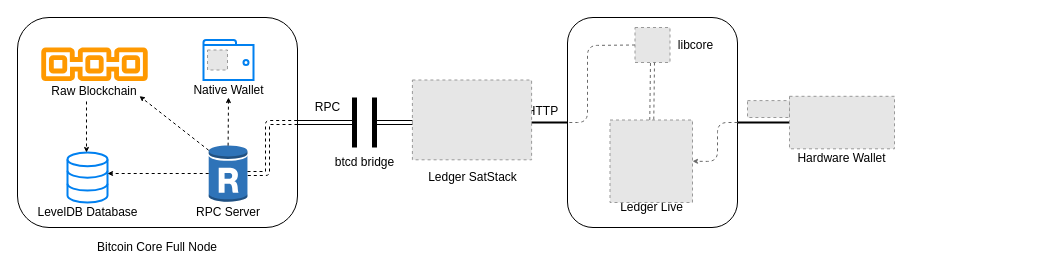
This is share/architecture.drawio from LedgerHQ/satstack, a draw.io file, before an edit. Source tidied: cells renumbered, new cells numbered last; positions are measured from the earlier drawing's top-left corner, leaving out a move shared by most shapes. Both pictures are drawn from the tidied source at 100%, with x=0, y=0 at pixel (17, 17). Pictures stored in the file or linked from it are replaced by grey dashed boxes.
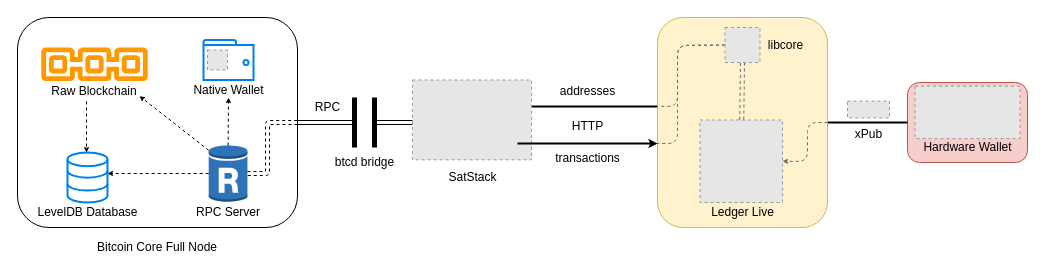
Above is the later version.

Commit message (it also covers changes not shown here):
share: update architecture diagrams

Diff of the diagram source:
```diff
@@
+    <mxCell id="39" style="rounded=1;whiteSpace=wrap;html=1;fillColor=#f8cecc;strokeColor=#b85450;" parent="1" vertex="1">
+      <mxGeometry x="890" y="65" width="120" height="80" as="geometry" />
+    </mxCell>
@@
-    <mxCell id="21" value="Ledger SatStack" style="text;html=1;align=center;verticalAlign=middle;" parent="1" vertex="1">
-      <mxGeometry x="404.5" y="150" width="100" height="20" as="geometry" />
+    <mxCell id="21" value="SatStack" style="text;html=1;align=center;verticalAlign=middle;" parent="1" vertex="1">
+      <mxGeometry x="424.5" y="150" width="60" height="20" as="geometry" />
     </mxCell>
-    <mxCell id="22" style="edgeStyle=none;rounded=0;jettySize=auto;html=1;entryX=1;entryY=0.5;entryDx=0;entryDy=0;startSize=3;endSize=1;strokeWidth=2;exitX=0;exitY=0.5;exitDx=0;exitDy=0;endArrow=classic;endFill=1;" parent="1" edge="1" source="27">
+    <mxCell id="22" style="edgeStyle=none;rounded=0;jettySize=auto;html=1;startSize=3;endSize=1;strokeWidth=2;endArrow=classic;endFill=1;exitX=0;exitY=0.424;exitDx=0;exitDy=0;exitPerimeter=0;" parent="1" edge="1" source="27">
       <mxGeometry relative="1" as="geometry">
-        <mxPoint x="495" y="105" as="targetPoint" />
+        <mxPoint x="500" y="89" as="targetPoint" />
       </mxGeometry>
     </mxCell>
@@
     <mxCell id="24" value="HTTP" style="text;html=1;align=center;verticalAlign=middle;" parent="1" vertex="1">
-      <mxGeometry x="500" y="83.6" width="50" height="20" as="geometry" />
+      <mxGeometry x="545" y="99.4" width="50" height="20" as="geometry" />
     </mxCell>
@@
     <mxCell id="26" style="edgeStyle=none;rounded=0;jettySize=auto;html=1;entryX=1;entryY=0.5;entryDx=0;entryDy=0;startSize=3;endSize=1;strokeWidth=2;endArrow=none;endFill=0;" parent="1" edge="1" target="27">
       <mxGeometry relative="1" as="geometry">
-        <mxPoint x="780" y="105" as="sourcePoint" />
+        <mxPoint x="890" y="105" as="sourcePoint" />
       </mxGeometry>
     </mxCell>
-    <mxCell id="27" style="rounded=1;whiteSpace=wrap;html=1;strokeWidth=1;fillColor=none;" parent="1" vertex="1">
-      <mxGeometry x="550" width="170" height="210" as="geometry" />
+    <mxCell id="27" style="rounded=1;whiteSpace=wrap;html=1;strokeWidth=1;fillColor=#fff2cc;strokeColor=#d6b656;" parent="1" vertex="1">
+      <mxGeometry x="640" width="170" height="210" as="geometry" />
     </mxCell>
-    <mxCell id="28" style="fillColor=#E6E6E6;strokeColor=#999999;dashed=1;verticalLabelPosition=bottom;labelBackgroundColor=#ffffff;verticalAlign=top;" parent="1" vertex="1">
-      <mxGeometry x="617.5" y="10" width="35" height="35" as="geometry" />
-    </mxCell>
     <mxCell id="29" value="&lt;span style=&quot;font-weight: normal&quot;&gt;libcore&lt;/span&gt;" style="text;html=1;align=center;verticalAlign=middle;fontStyle=1;" parent="1" vertex="1">
-      <mxGeometry x="652.5" y="17.5" width="50" height="20" as="geometry" />
+      <mxGeometry x="742.5" y="17.5" width="50" height="20" as="geometry" />
     </mxCell>
     <mxCell id="30" value="&lt;span style=&quot;font-weight: normal&quot;&gt;Ledger Live&lt;/span&gt;" style="text;html=1;align=center;verticalAlign=middle;fontStyle=1;" parent="1" vertex="1">
-      <mxGeometry x="593.8" y="180" width="80" height="20" as="geometry" />
+      <mxGeometry x="685" y="185" width="80" height="20" as="geometry" />
     </mxCell>
-    <mxCell id="31" style="endArrow=none;html=1;dashed=1;strokeColor=#696969;strokeWidth=1;exitX=0;exitY=0.5;exitDx=0;exitDy=0;endFill=0;entryX=0;entryY=0.5;entryDx=0;entryDy=0;" parent="1" edge="1" source="28" target="27">
+    <mxCell id="31" style="endArrow=none;html=1;dashed=1;strokeColor=#696969;strokeWidth=1;endFill=0;entryX=-0.003;entryY=0.423;entryDx=0;entryDy=0;entryPerimeter=0;exitX=0;exitY=0.5;exitDx=0;exitDy=0;" parent="1" edge="1" source="28" target="27">
       <mxGeometry relative="1" as="geometry">
         <Array as="points">
-          <mxPoint x="570" y="28" />
-          <mxPoint x="570" y="105" />
+          <mxPoint x="660" y="28" />
+          <mxPoint x="660" y="89" />
         </Array>
       </mxGeometry>
     </mxCell>
     <mxCell id="32" style="fillColor=#E6E6E6;strokeColor=#999999;dashed=1;verticalLabelPosition=bottom;labelBackgroundColor=#ffffff;verticalAlign=top;" parent="1" vertex="1">
-      <mxGeometry x="730" y="83.1" width="42" height="16.9" as="geometry" />
+      <mxGeometry x="830" y="83.6" width="42" height="16.9" as="geometry" />
     </mxCell>
     <mxCell id="33" style="fillColor=#E6E6E6;strokeColor=#999999;dashed=1;verticalLabelPosition=bottom;labelBackgroundColor=#ffffff;verticalAlign=top;" parent="1" vertex="1">
-      <mxGeometry x="772" y="78.8" width="105" height="52.5" as="geometry" />
+      <mxGeometry x="897.5" y="68.6" width="105" height="52.5" as="geometry" />
     </mxCell>
     <mxCell id="34" value="Hardware Wallet" style="text;html=1;strokeColor=none;fillColor=none;align=center;verticalAlign=middle;whiteSpace=wrap;rounded=0;" parent="1" vertex="1">
-      <mxGeometry x="777" y="131.2" width="95" height="20" as="geometry" />
+      <mxGeometry x="902.5" y="120" width="95" height="20" as="geometry" />
     </mxCell>
     <mxCell id="35" style="fillColor=#E6E6E6;strokeColor=#999999;dashed=1;verticalLabelPosition=bottom;labelBackgroundColor=#ffffff;verticalAlign=top;" parent="1" vertex="1">
-      <mxGeometry x="592.5" y="102.5" width="82.5" height="82.5" as="geometry" />
+      <mxGeometry x="682.5" y="102.5" width="82.5" height="82.5" as="geometry" />
     </mxCell>
@@
     <mxCell id="37" style="endArrow=classic;html=1;dashed=1;strokeColor=#696969;strokeWidth=1;entryX=1;entryY=0.5;entryDx=0;entryDy=0;exitX=1;exitY=0.5;exitDx=0;exitDy=0;endSize=3;" parent="1" edge="1" source="27" target="35">
       <mxGeometry relative="1" as="geometry">
         <Array as="points">
-          <mxPoint x="700" y="105" />
-          <mxPoint x="700" y="144" />
+          <mxPoint x="790" y="105" />
+          <mxPoint x="790" y="144" />
         </Array>
       </mxGeometry>
     </mxCell>
@@
+    <mxCell id="40" value="xPub" style="text;html=1;align=center;verticalAlign=middle;" parent="1" vertex="1">
+      <mxGeometry x="831" y="107" width="40" height="20" as="geometry" />
+    </mxCell>
+    <mxCell id="41" style="edgeStyle=none;rounded=0;orthogonalLoop=1;jettySize=auto;html=1;startSize=3;endSize=1;strokeWidth=2;endArrow=none;endFill=0;startArrow=classic;startFill=1;" parent="1" edge="1">
+      <mxGeometry relative="1" as="geometry">
+        <mxPoint x="640" y="126" as="sourcePoint" />
+        <mxPoint x="500" y="126" as="targetPoint" />
+      </mxGeometry>
+    </mxCell>
+    <mxCell id="42" value="transactions" style="text;html=1;align=center;verticalAlign=middle;" parent="1" vertex="1">
+      <mxGeometry x="530" y="131.2" width="80" height="20" as="geometry" />
+    </mxCell>
+    <mxCell id="43" value="addresses" style="text;html=1;align=center;verticalAlign=middle;" parent="1" vertex="1">
+      <mxGeometry x="535" y="63.6" width="70" height="20" as="geometry" />
+    </mxCell>
+    <mxCell id="44" style="endArrow=none;html=1;dashed=1;strokeColor=#696969;strokeWidth=1;endFill=0;entryX=0;entryY=0.6;entryDx=0;entryDy=0;entryPerimeter=0;exitX=0;exitY=0.5;exitDx=0;exitDy=0;" parent="1" edge="1" source="28" target="27">
+      <mxGeometry relative="1" as="geometry">
+        <Array as="points">
+          <mxPoint x="660" y="28" />
+          <mxPoint x="660" y="126" />
+        </Array>
+      </mxGeometry>
+    </mxCell>
+    <mxCell id="28" style="fillColor=#E6E6E6;strokeColor=#999999;dashed=1;verticalLabelPosition=bottom;labelBackgroundColor=#ffffff;verticalAlign=top;" parent="1" vertex="1">
+      <mxGeometry x="707.5" y="10" width="35" height="35" as="geometry" />
+    </mxCell>
```
